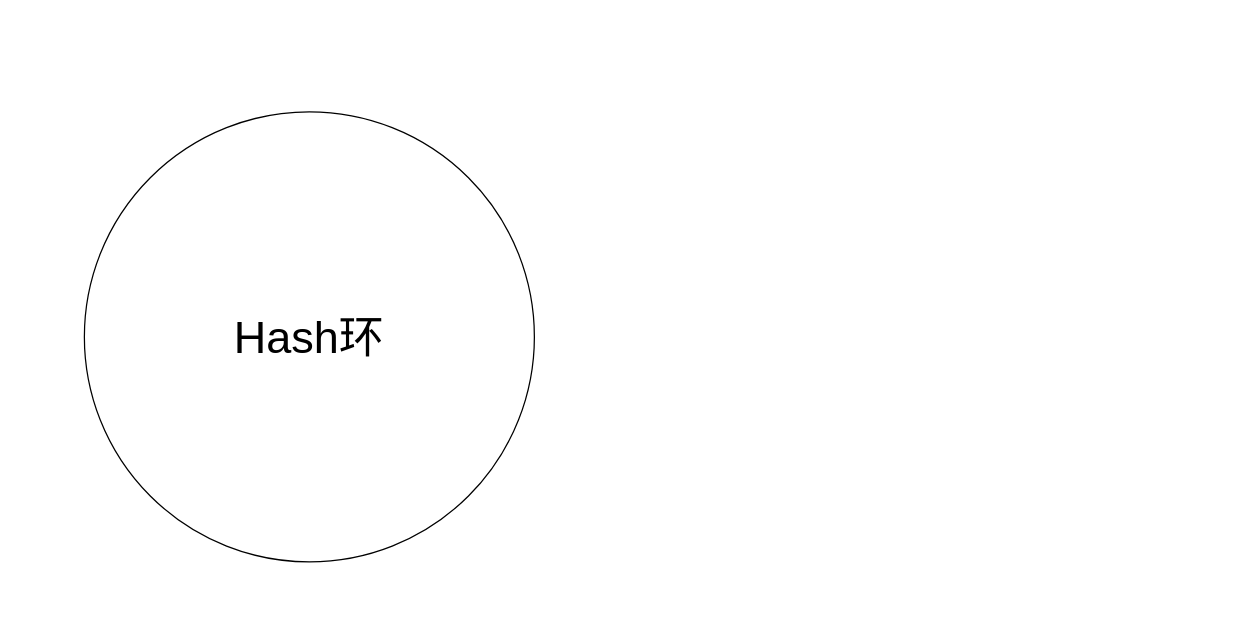
Earlier version of the draw.io diagram Queue分配策略-Rebalance的结果.drawio (zhenjie-chen/diagrams). Source tidied: cells renumbered, new cells numbered last; positions are measured from the earlier drawing's top-left corner, leaving out a move shared by most shapes. Both pictures are drawn from the tidied source at 125%, with x=0, y=0 at pixel (84, 111).
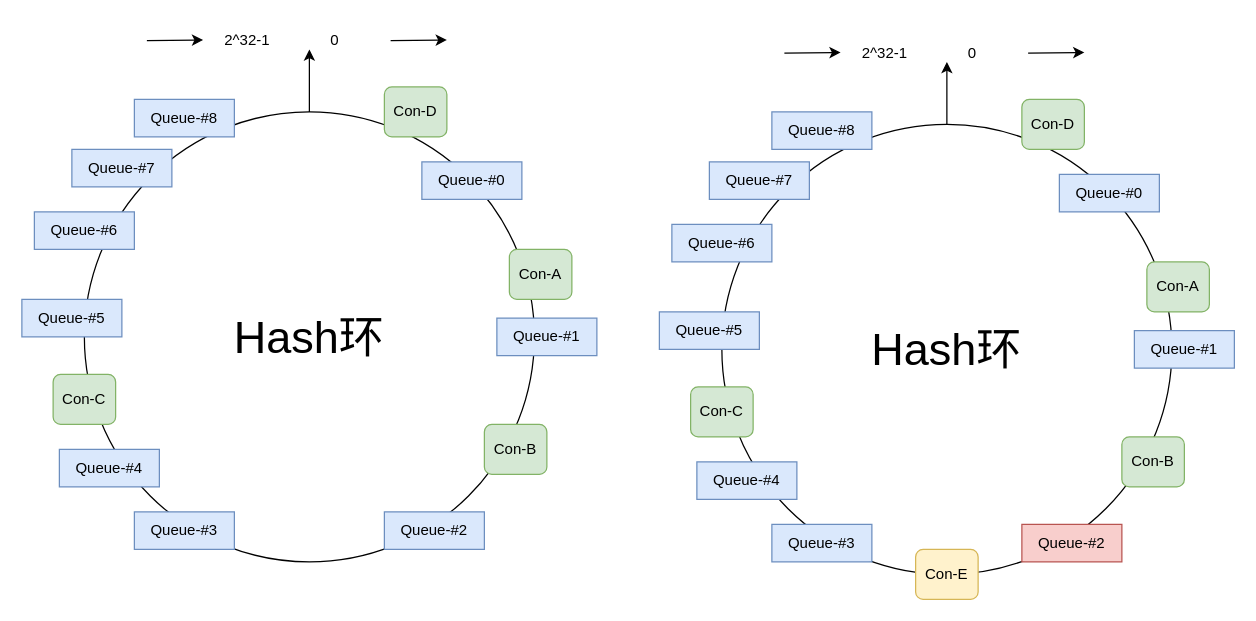
Above is the later version.

Commit message (it also covers changes not shown here):
更新Queue分配策略-Rebalance的结果.drawio

Unchanged cells that the change refers to:
```xml
<mxCell id="2" value="&lt;font style=&quot;font-size: 36px;&quot;&gt;Hash环&lt;/font&gt;" style="ellipse;whiteSpace=wrap;html=1;" parent="1" vertex="1">
  <mxGeometry width="360" height="360" as="geometry" />
</mxCell>
```

The edit, as a diff of the source:
```diff
@@
+    <mxCell id="3" style="edgeStyle=orthogonalEdgeStyle;rounded=0;jettySize=auto;html=1;exitX=0.5;exitY=0;exitDx=0;exitDy=0;" parent="1" edge="1" source="2">
+      <mxGeometry relative="1" as="geometry">
+        <mxPoint x="180" y="-50" as="targetPoint" />
+      </mxGeometry>
+    </mxCell>
@@
+    <mxCell id="4" value="Queue-#8" style="rounded=0;whiteSpace=wrap;html=1;fillColor=#dae8fc;strokeColor=#6c8ebf;" parent="1" vertex="1">
+      <mxGeometry x="40" y="-10" width="80" height="30" as="geometry" />
+    </mxCell>
+    <mxCell id="5" value="Queue-#7" style="rounded=0;whiteSpace=wrap;html=1;fillColor=#dae8fc;strokeColor=#6c8ebf;" parent="1" vertex="1">
+      <mxGeometry x="-10" y="30" width="80" height="30" as="geometry" />
+    </mxCell>
+    <mxCell id="6" value="Queue-#6" style="rounded=0;whiteSpace=wrap;html=1;fillColor=#dae8fc;strokeColor=#6c8ebf;" parent="1" vertex="1">
+      <mxGeometry x="-40" y="80" width="80" height="30" as="geometry" />
+    </mxCell>
+    <mxCell id="7" value="Queue-#5" style="rounded=0;whiteSpace=wrap;html=1;fillColor=#dae8fc;strokeColor=#6c8ebf;" parent="1" vertex="1">
+      <mxGeometry x="-50" y="150" width="80" height="30" as="geometry" />
+    </mxCell>
+    <mxCell id="8" value="Queue-#4" style="rounded=0;whiteSpace=wrap;html=1;fillColor=#dae8fc;strokeColor=#6c8ebf;" parent="1" vertex="1">
+      <mxGeometry x="-20" y="270" width="80" height="30" as="geometry" />
+    </mxCell>
+    <mxCell id="9" value="Queue-#3" style="rounded=0;whiteSpace=wrap;html=1;fillColor=#dae8fc;strokeColor=#6c8ebf;" parent="1" vertex="1">
+      <mxGeometry x="40" y="320" width="80" height="30" as="geometry" />
+    </mxCell>
+    <mxCell id="10" value="Queue-#2" style="rounded=0;whiteSpace=wrap;html=1;fillColor=#dae8fc;strokeColor=#6c8ebf;" parent="1" vertex="1">
+      <mxGeometry x="240" y="320" width="80" height="30" as="geometry" />
+    </mxCell>
+    <mxCell id="11" value="Queue-#1" style="rounded=0;whiteSpace=wrap;html=1;fillColor=#dae8fc;strokeColor=#6c8ebf;" parent="1" vertex="1">
+      <mxGeometry x="330" y="165" width="80" height="30" as="geometry" />
+    </mxCell>
+    <mxCell id="12" value="Queue-#0" style="rounded=0;whiteSpace=wrap;html=1;fillColor=#dae8fc;strokeColor=#6c8ebf;" parent="1" vertex="1">
+      <mxGeometry x="270" y="40" width="80" height="30" as="geometry" />
+    </mxCell>
+    <mxCell id="13" value="Con-C" style="rounded=1;whiteSpace=wrap;html=1;fillColor=#d5e8d4;strokeColor=#82b366;" parent="1" vertex="1">
+      <mxGeometry x="-25" y="210" width="50" height="40" as="geometry" />
+    </mxCell>
+    <mxCell id="14" value="Con-B" style="rounded=1;whiteSpace=wrap;html=1;fillColor=#d5e8d4;strokeColor=#82b366;" parent="1" vertex="1">
+      <mxGeometry x="320" y="250" width="50" height="40" as="geometry" />
+    </mxCell>
+    <mxCell id="15" value="Con-A" style="rounded=1;whiteSpace=wrap;html=1;fillColor=#d5e8d4;strokeColor=#82b366;" parent="1" vertex="1">
+      <mxGeometry x="340" y="110" width="50" height="40" as="geometry" />
+    </mxCell>
+    <mxCell id="16" value="Con-D" style="rounded=1;whiteSpace=wrap;html=1;fillColor=#d5e8d4;strokeColor=#82b366;" parent="1" vertex="1">
+      <mxGeometry x="240" y="-20" width="50" height="40" as="geometry" />
+    </mxCell>
+    <mxCell id="17" value="0" style="text;html=1;align=center;verticalAlign=middle;strokeColor=none;fillColor=none;" parent="1" vertex="1">
+      <mxGeometry x="185" y="-72" width="30" height="30" as="geometry" />
+    </mxCell>
+    <mxCell id="18" value="2^32-1" style="text;html=1;align=center;verticalAlign=middle;strokeColor=none;fillColor=none;" parent="1" vertex="1">
+      <mxGeometry x="100" y="-72" width="60" height="30" as="geometry" />
+    </mxCell>
+    <mxCell id="19" style="endArrow=classic;html=1;rounded=0;" parent="1" edge="1">
+      <mxGeometry relative="1" as="geometry">
+        <mxPoint x="50" y="-57" as="sourcePoint" />
+        <mxPoint x="95" y="-57.5" as="targetPoint" />
+      </mxGeometry>
+    </mxCell>
+    <mxCell id="20" style="endArrow=classic;html=1;rounded=0;" parent="1" edge="1">
+      <mxGeometry relative="1" as="geometry">
+        <mxPoint x="245" y="-57" as="sourcePoint" />
+        <mxPoint x="290" y="-57.5" as="targetPoint" />
+      </mxGeometry>
+    </mxCell>
+    <mxCell id="21" style="edgeStyle=orthogonalEdgeStyle;rounded=0;jettySize=auto;html=1;exitX=0.5;exitY=0;exitDx=0;exitDy=0;" parent="1" edge="1" source="22">
+      <mxGeometry relative="1" as="geometry">
+        <mxPoint x="690" y="-40" as="targetPoint" />
+      </mxGeometry>
+    </mxCell>
+    <mxCell id="22" value="&lt;font style=&quot;font-size: 36px;&quot;&gt;Hash环&lt;/font&gt;" style="ellipse;whiteSpace=wrap;html=1;" parent="1" vertex="1">
+      <mxGeometry x="510" y="10" width="360" height="360" as="geometry" />
+    </mxCell>
+    <mxCell id="23" value="Queue-#8" style="rounded=0;whiteSpace=wrap;html=1;fillColor=#dae8fc;strokeColor=#6c8ebf;" parent="1" vertex="1">
+      <mxGeometry x="550" width="80" height="30" as="geometry" />
+    </mxCell>
+    <mxCell id="24" value="Queue-#7" style="rounded=0;whiteSpace=wrap;html=1;fillColor=#dae8fc;strokeColor=#6c8ebf;" parent="1" vertex="1">
+      <mxGeometry x="500" y="40" width="80" height="30" as="geometry" />
+    </mxCell>
+    <mxCell id="25" value="Queue-#6" style="rounded=0;whiteSpace=wrap;html=1;fillColor=#dae8fc;strokeColor=#6c8ebf;" parent="1" vertex="1">
+      <mxGeometry x="470" y="90" width="80" height="30" as="geometry" />
+    </mxCell>
+    <mxCell id="26" value="Queue-#5" style="rounded=0;whiteSpace=wrap;html=1;fillColor=#dae8fc;strokeColor=#6c8ebf;" parent="1" vertex="1">
+      <mxGeometry x="460" y="160" width="80" height="30" as="geometry" />
+    </mxCell>
+    <mxCell id="27" value="Queue-#4" style="rounded=0;whiteSpace=wrap;html=1;fillColor=#dae8fc;strokeColor=#6c8ebf;" parent="1" vertex="1">
+      <mxGeometry x="490" y="280" width="80" height="30" as="geometry" />
+    </mxCell>
+    <mxCell id="28" value="Queue-#3" style="rounded=0;whiteSpace=wrap;html=1;fillColor=#dae8fc;strokeColor=#6c8ebf;" parent="1" vertex="1">
+      <mxGeometry x="550" y="330" width="80" height="30" as="geometry" />
+    </mxCell>
+    <mxCell id="29" value="Queue-#2" style="rounded=0;whiteSpace=wrap;html=1;fillColor=#f8cecc;strokeColor=#b85450;" parent="1" vertex="1">
+      <mxGeometry x="750" y="330" width="80" height="30" as="geometry" />
+    </mxCell>
+    <mxCell id="30" value="Queue-#1" style="rounded=0;whiteSpace=wrap;html=1;fillColor=#dae8fc;strokeColor=#6c8ebf;" parent="1" vertex="1">
+      <mxGeometry x="840" y="175" width="80" height="30" as="geometry" />
+    </mxCell>
+    <mxCell id="31" value="Queue-#0" style="rounded=0;whiteSpace=wrap;html=1;fillColor=#dae8fc;strokeColor=#6c8ebf;" parent="1" vertex="1">
+      <mxGeometry x="780" y="50" width="80" height="30" as="geometry" />
+    </mxCell>
+    <mxCell id="32" value="Con-C" style="rounded=1;whiteSpace=wrap;html=1;fillColor=#d5e8d4;strokeColor=#82b366;" parent="1" vertex="1">
+      <mxGeometry x="485" y="220" width="50" height="40" as="geometry" />
+    </mxCell>
+    <mxCell id="33" value="Con-B" style="rounded=1;whiteSpace=wrap;html=1;fillColor=#d5e8d4;strokeColor=#82b366;" parent="1" vertex="1">
+      <mxGeometry x="830" y="260" width="50" height="40" as="geometry" />
+    </mxCell>
+    <mxCell id="34" value="Con-A" style="rounded=1;whiteSpace=wrap;html=1;fillColor=#d5e8d4;strokeColor=#82b366;" parent="1" vertex="1">
+      <mxGeometry x="850" y="120" width="50" height="40" as="geometry" />
+    </mxCell>
+    <mxCell id="35" value="Con-D" style="rounded=1;whiteSpace=wrap;html=1;fillColor=#d5e8d4;strokeColor=#82b366;" parent="1" vertex="1">
+      <mxGeometry x="750" y="-10" width="50" height="40" as="geometry" />
+    </mxCell>
+    <mxCell id="36" value="0" style="text;html=1;align=center;verticalAlign=middle;strokeColor=none;fillColor=none;" parent="1" vertex="1">
+      <mxGeometry x="695" y="-62" width="30" height="30" as="geometry" />
+    </mxCell>
+    <mxCell id="37" value="2^32-1" style="text;html=1;align=center;verticalAlign=middle;strokeColor=none;fillColor=none;" parent="1" vertex="1">
+      <mxGeometry x="610" y="-62" width="60" height="30" as="geometry" />
+    </mxCell>
+    <mxCell id="38" style="endArrow=classic;html=1;rounded=0;" parent="1" edge="1">
+      <mxGeometry relative="1" as="geometry">
+        <mxPoint x="560" y="-47" as="sourcePoint" />
+        <mxPoint x="605" y="-47.5" as="targetPoint" />
+      </mxGeometry>
+    </mxCell>
+    <mxCell id="39" style="endArrow=classic;html=1;rounded=0;" parent="1" edge="1">
+      <mxGeometry relative="1" as="geometry">
+        <mxPoint x="755" y="-47" as="sourcePoint" />
+        <mxPoint x="800" y="-47.5" as="targetPoint" />
+      </mxGeometry>
+    </mxCell>
+    <mxCell id="40" value="Con-E" style="rounded=1;whiteSpace=wrap;html=1;fillColor=#fff2cc;strokeColor=#d6b656;" parent="1" vertex="1">
+      <mxGeometry x="665" y="350" width="50" height="40" as="geometry" />
+    </mxCell>
```
